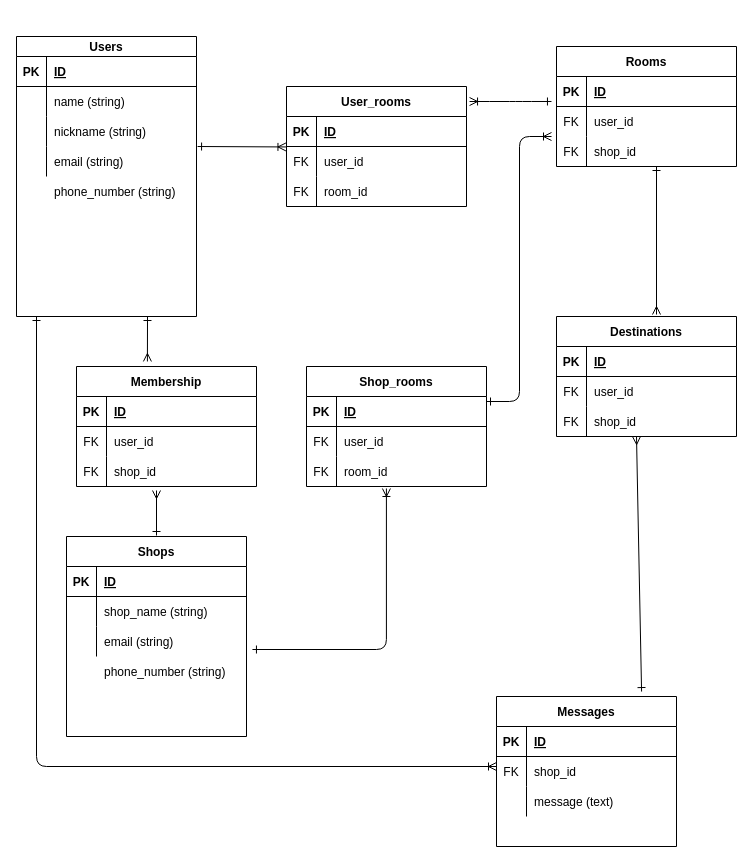
Before: ikitsuke.dio in taip315/aketate, a draw.io diagram. Source tidied: cells renumbered, new cells numbered last; positions are measured from the earlier drawing's top-left corner, leaving out a move shared by most shapes. Both pictures are drawn from the tidied source at 100%, with x=0, y=0 at pixel (16, 36).
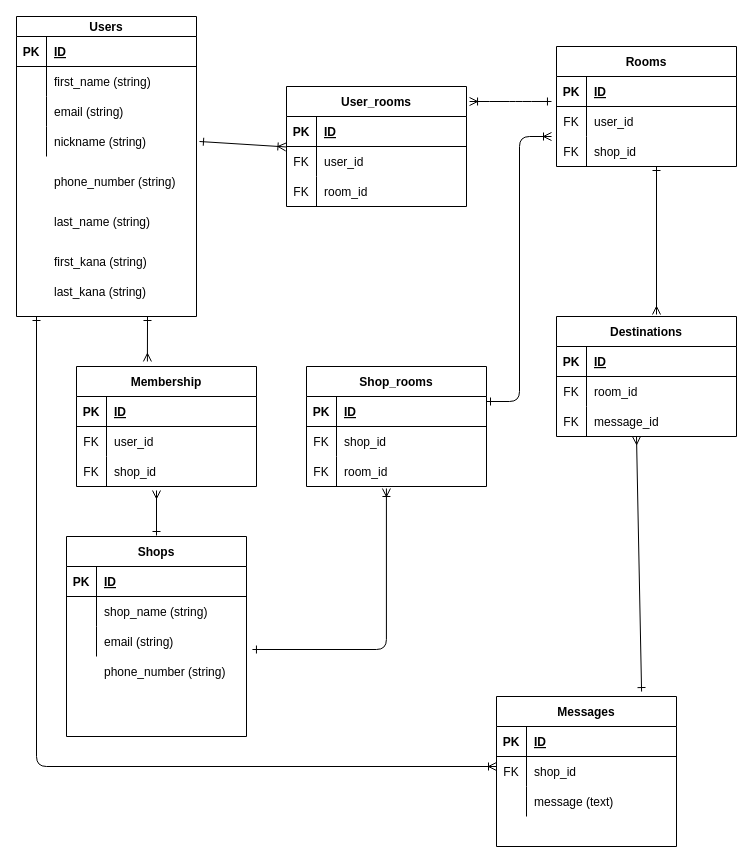
The same page after the edit.

The change refers to these unchanged cells:
```xml
<mxCell id="36" style="shape=partialRectangle;fillColor=none;top=0;left=0;bottom=1;right=0;points=[[0,0.5],[1,0.5]];portConstraint=eastwest;" parent="35" vertex="1">
  <mxGeometry y="30" width="180" height="30" as="geometry" />
</mxCell>
<mxCell id="49" style="shape=partialRectangle;fillColor=none;top=0;left=0;bottom=0;right=0;" parent="45" vertex="1">
  <mxGeometry y="50" width="180" height="30" as="geometry" />
</mxCell>
<mxCell id="62" style="shape=partialRectangle;fillColor=none;top=0;left=0;bottom=0;right=0;" parent="58" vertex="1">
  <mxGeometry y="60" width="180" height="30" as="geometry" />
</mxCell>
<mxCell id="82" style="shape=partialRectangle;fillColor=none;top=0;left=0;bottom=0;right=0;" parent="78" vertex="1">
  <mxGeometry y="60" width="180" height="30" as="geometry" />
</mxCell>
<mxCell id="85" style="shape=partialRectangle;fillColor=none;top=0;left=0;bottom=0;right=0;" parent="78" vertex="1">
  <mxGeometry y="90" width="180" height="30" as="geometry" />
</mxCell>
```

Diff of the diagram source:
```diff
@@
     <mxCell id="12" value="phone_number (string)" style="shape=partialRectangle;fillColor=none;top=0;left=0;bottom=0;right=0;align=left;spacingLeft=6;overflow=hidden;" parent="1" vertex="1">
-      <mxGeometry x="30" y="140" width="150" height="30" as="geometry" />
+      <mxGeometry x="30" y="130" width="150" height="30" as="geometry" />
     </mxCell>
@@
     <mxCell id="45" value="Users" style="shape=table;startSize=20;childLayout=tableLayout;rowLines=0;fontStyle=1;align=center;" parent="1" vertex="1">
-      <mxGeometry width="180" height="280" as="geometry" />
+      <mxGeometry y="-20" width="180" height="300" as="geometry" />
     </mxCell>
@@
-    <mxCell id="51" value="name (string)" style="shape=partialRectangle;fillColor=none;top=0;left=0;bottom=0;right=0;align=left;spacingLeft=6;overflow=hidden;" parent="49" vertex="1">
+    <mxCell id="51" value="first_name (string)" style="shape=partialRectangle;fillColor=none;top=0;left=0;bottom=0;right=0;align=left;spacingLeft=6;overflow=hidden;" parent="49" vertex="1">
       <mxGeometry x="30" width="150" height="30" as="geometry" />
     </mxCell>
+    <mxCell id="55" style="shape=partialRectangle;fillColor=none;top=0;left=0;bottom=0;right=0;points=[[0,0.5],[1,0.5]];portConstraint=eastwest;" parent="45" vertex="1">
+      <mxGeometry y="80" width="180" height="30" as="geometry" />
+    </mxCell>
+    <mxCell id="56" style="shape=partialRectangle;fillColor=none;top=0;left=0;bottom=0;right=0;overflow=hidden;" parent="55" vertex="1">
+      <mxGeometry width="30" height="30" as="geometry" />
+    </mxCell>
+    <mxCell id="57" value="email (string)" style="shape=partialRectangle;fillColor=none;top=0;left=0;bottom=0;right=0;align=left;spacingLeft=6;overflow=hidden;" parent="55" vertex="1">
+      <mxGeometry x="30" width="150" height="30" as="geometry" />
+    </mxCell>
     <mxCell id="52" style="shape=partialRectangle;fillColor=none;top=0;left=0;bottom=0;right=0;" parent="45" vertex="1">
-      <mxGeometry y="80" width="180" height="30" as="geometry" />
+      <mxGeometry y="110" width="180" height="30" as="geometry" />
     </mxCell>
@@
-    <mxCell id="55" style="shape=partialRectangle;fillColor=none;top=0;left=0;bottom=0;right=0;points=[[0,0.5],[1,0.5]];portConstraint=eastwest;" parent="45" vertex="1">
-      <mxGeometry y="110" width="180" height="30" as="geometry" />
-    </mxCell>
-    <mxCell id="56" style="shape=partialRectangle;fillColor=none;top=0;left=0;bottom=0;right=0;overflow=hidden;" parent="55" vertex="1">
-      <mxGeometry width="30" height="30" as="geometry" />
-    </mxCell>
-    <mxCell id="57" value="email (string)" style="shape=partialRectangle;fillColor=none;top=0;left=0;bottom=0;right=0;align=left;spacingLeft=6;overflow=hidden;" parent="55" vertex="1">
-      <mxGeometry x="30" width="150" height="30" as="geometry" />
-    </mxCell>
@@
-    <mxCell id="64" value="user_id" style="shape=partialRectangle;fillColor=none;top=0;left=0;bottom=0;right=0;align=left;spacingLeft=6;overflow=hidden;" parent="62" vertex="1">
+    <mxCell id="64" value="shop_id" style="shape=partialRectangle;fillColor=none;top=0;left=0;bottom=0;right=0;align=left;spacingLeft=6;overflow=hidden;" parent="62" vertex="1">
       <mxGeometry x="30" width="150" height="30" as="geometry" />
     </mxCell>
@@
-    <mxCell id="84" value="user_id" style="shape=partialRectangle;fillColor=none;top=0;left=0;bottom=0;right=0;align=left;spacingLeft=6;overflow=hidden;" parent="82" vertex="1">
+    <mxCell id="84" value="room_id" style="shape=partialRectangle;fillColor=none;top=0;left=0;bottom=0;right=0;align=left;spacingLeft=6;overflow=hidden;" parent="82" vertex="1">
       <mxGeometry x="30" width="150" height="30" as="geometry" />
     </mxCell>
@@
-    <mxCell id="87" value="shop_id" style="shape=partialRectangle;fillColor=none;top=0;left=0;bottom=0;right=0;align=left;spacingLeft=6;overflow=hidden;" parent="85" vertex="1">
+    <mxCell id="87" value="message_id" style="shape=partialRectangle;fillColor=none;top=0;left=0;bottom=0;right=0;align=left;spacingLeft=6;overflow=hidden;" parent="85" vertex="1">
       <mxGeometry x="30" width="150" height="30" as="geometry" />
     </mxCell>
@@
-    <mxCell id="89" style="fontSize=12;html=1;endArrow=ERoneToMany;entryX=-0.003;entryY=1.015;entryDx=0;entryDy=0;entryPerimeter=0;startArrow=ERone;startFill=0;exitX=1.006;exitY=0;exitDx=0;exitDy=0;exitPerimeter=0;" parent="1" edge="1" source="55" target="36">
-      <mxGeometry relative="1" as="geometry" />
+    <mxCell id="89" style="fontSize=12;html=1;endArrow=ERoneToMany;entryX=-0.003;entryY=1.015;entryDx=0;entryDy=0;entryPerimeter=0;startArrow=ERone;startFill=0;" parent="1" edge="1" target="36">
+      <mxGeometry relative="1" as="geometry">
+        <mxPoint x="183" y="105" as="sourcePoint" />
+      </mxGeometry>
     </mxCell>
@@
+    <mxCell id="97" value="last_name (string)" style="shape=partialRectangle;fillColor=none;top=0;left=0;bottom=0;right=0;align=left;spacingLeft=6;overflow=hidden;" parent="1" vertex="1">
+      <mxGeometry x="30" y="170" width="150" height="30" as="geometry" />
+    </mxCell>
+    <mxCell id="98" value="first_kana (string)" style="shape=partialRectangle;fillColor=none;top=0;left=0;bottom=0;right=0;align=left;spacingLeft=6;overflow=hidden;" parent="1" vertex="1">
+      <mxGeometry x="30" y="210" width="150" height="30" as="geometry" />
+    </mxCell>
+    <mxCell id="99" value="last_kana (string)" style="shape=partialRectangle;fillColor=none;top=0;left=0;bottom=0;right=0;align=left;spacingLeft=6;overflow=hidden;" parent="1" vertex="1">
+      <mxGeometry x="30" y="240" width="150" height="30" as="geometry" />
+    </mxCell>
```
